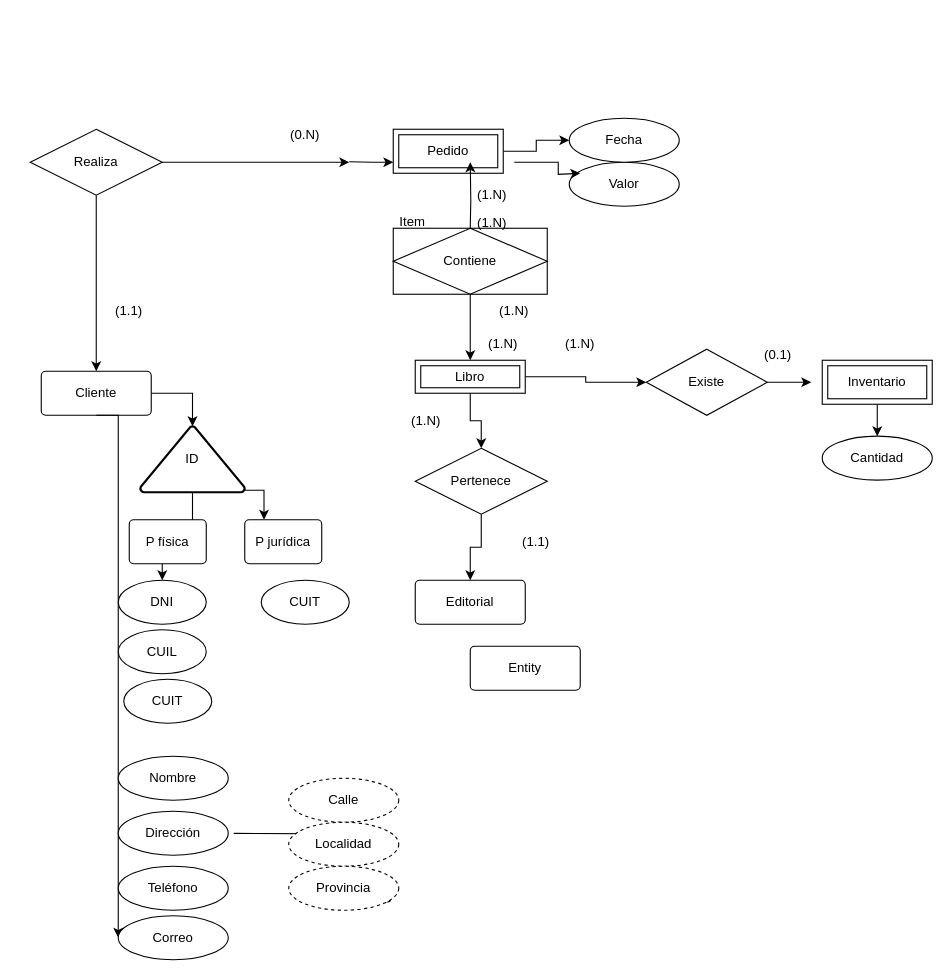
This is db/modelo.drawio from Sergio-Tolaba/ds_ej, a draw.io file, before an edit. Source tidied: cells renumbered, new cells numbered last; positions are measured from the earlier drawing's top-left corner, leaving out a move shared by most shapes. Both pictures are drawn from the tidied source at 110%, with x=0, y=0 at pixel (30, 118).
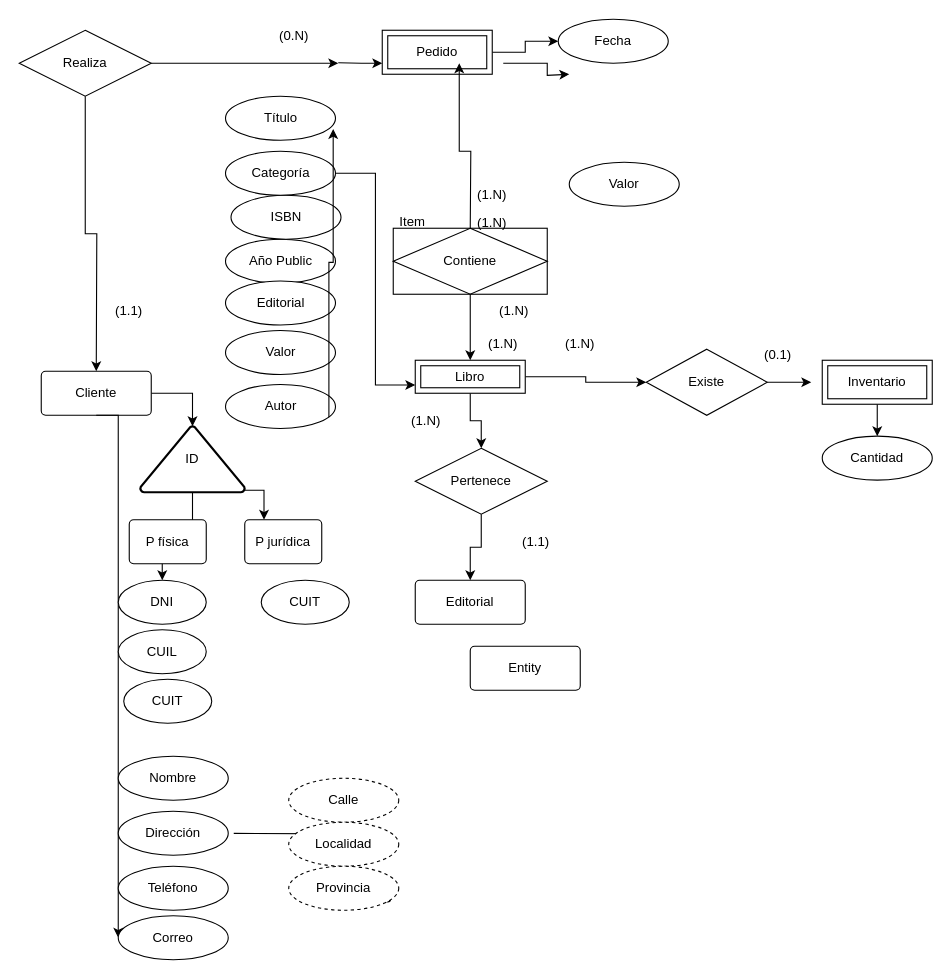
Above is the later version.

Unchanged cells that the change refers to:
```xml
<mxCell id="9" value="Libro" style="shape=ext;margin=3;double=1;whiteSpace=wrap;html=1;align=center;" parent="1" vertex="1">
  <mxGeometry x="350" y="220" width="100" height="30" as="geometry" />
</mxCell>
```

What changed in the source:
```diff
@@
     <mxCell id="6" value="Pedido" style="shape=ext;margin=3;double=1;whiteSpace=wrap;html=1;align=center;" parent="1" vertex="1">
-      <mxGeometry x="330" y="10" width="100" height="40" as="geometry" />
+      <mxGeometry x="320" y="-80" width="100" height="40" as="geometry" />
     </mxCell>
@@
     <mxCell id="12" style="edgeStyle=orthogonalEdgeStyle;rounded=0;orthogonalLoop=1;jettySize=auto;html=1;" parent="1" edge="1">
       <mxGeometry relative="1" as="geometry">
-        <mxPoint x="290" y="39.5" as="sourcePoint" />
-        <mxPoint x="330" y="40" as="targetPoint" />
+        <mxPoint x="280" y="-50.5" as="sourcePoint" />
+        <mxPoint x="320" y="-50" as="targetPoint" />
       </mxGeometry>
     </mxCell>
     <mxCell id="13" style="edgeStyle=orthogonalEdgeStyle;rounded=0;jettySize=auto;html=1;" parent="1" edge="1" source="15">
       <mxGeometry relative="1" as="geometry">
-        <mxPoint x="290" y="40" as="targetPoint" />
+        <mxPoint x="280" y="-50" as="targetPoint" />
       </mxGeometry>
     </mxCell>
@@
     <mxCell id="15" value="Realiza" style="shape=rhombus;perimeter=rhombusPerimeter;whiteSpace=wrap;html=1;align=center;" parent="1" vertex="1">
-      <mxGeometry y="10" width="120" height="60" as="geometry" />
+      <mxGeometry x="-10" y="-80" width="120" height="60" as="geometry" />
     </mxCell>
@@
     <mxCell id="17" value="(0.N)" style="text;html=1;align=center;verticalAlign=middle;whiteSpace=wrap;rounded=0;" parent="1" vertex="1">
-      <mxGeometry x="220" width="60" height="30" as="geometry" />
+      <mxGeometry x="210" y="-90" width="60" height="30" as="geometry" />
     </mxCell>
@@
     <mxCell id="57" value="Fecha" style="ellipse;whiteSpace=wrap;html=1;align=center;" parent="1" vertex="1">
-      <mxGeometry x="490" width="100" height="40" as="geometry" />
+      <mxGeometry x="480" y="-90" width="100" height="40" as="geometry" />
     </mxCell>
     <mxCell id="58" style="edgeStyle=orthogonalEdgeStyle;rounded=0;orthogonalLoop=1;jettySize=auto;html=1;" parent="1" edge="1">
       <mxGeometry relative="1" as="geometry">
-        <mxPoint x="440" y="40" as="sourcePoint" />
-        <mxPoint x="500" y="50" as="targetPoint" />
+        <mxPoint x="430" y="-50" as="sourcePoint" />
+        <mxPoint x="490" y="-40" as="targetPoint" />
         <Array as="points">
-          <mxPoint x="480" y="40" />
-          <mxPoint x="480" y="51" />
-          <mxPoint x="500" y="51" />
+          <mxPoint x="470" y="-50" />
+          <mxPoint x="470" y="-39" />
+          <mxPoint x="490" y="-39" />
         </Array>
       </mxGeometry>
     </mxCell>
+    <mxCell id="59" value="Año Public" style="ellipse;whiteSpace=wrap;html=1;align=center;" parent="1" vertex="1">
+      <mxGeometry x="177.5" y="110" width="100" height="40" as="geometry" />
+    </mxCell>
+    <mxCell id="60" value="Editorial" style="ellipse;whiteSpace=wrap;html=1;align=center;" parent="1" vertex="1">
+      <mxGeometry x="177.5" y="148" width="100" height="40" as="geometry" />
+    </mxCell>
+    <mxCell id="61" value="Valor" style="ellipse;whiteSpace=wrap;html=1;align=center;" parent="1" vertex="1">
+      <mxGeometry x="177.5" y="193" width="100" height="40" as="geometry" />
+    </mxCell>
+    <mxCell id="62" value="Autor" style="ellipse;whiteSpace=wrap;html=1;align=center;" parent="1" vertex="1">
+      <mxGeometry x="177.5" y="242" width="100" height="40" as="geometry" />
+    </mxCell>
+    <mxCell id="63" value="ISBN" style="ellipse;whiteSpace=wrap;html=1;align=center;" parent="1" vertex="1">
+      <mxGeometry x="182.5" y="70" width="100" height="40" as="geometry" />
+    </mxCell>
+    <mxCell id="64" style="edgeStyle=orthogonalEdgeStyle;rounded=0;jettySize=auto;html=1;entryX=0;entryY=0.75;entryDx=0;entryDy=0;" parent="1" edge="1" source="65" target="9">
+      <mxGeometry relative="1" as="geometry" />
+    </mxCell>
+    <mxCell id="65" value="Categoría" style="ellipse;whiteSpace=wrap;html=1;align=center;" parent="1" vertex="1">
+      <mxGeometry x="177.5" y="30" width="100" height="40" as="geometry" />
+    </mxCell>
+    <mxCell id="66" value="Título" style="ellipse;whiteSpace=wrap;html=1;align=center;" parent="1" vertex="1">
+      <mxGeometry x="177.5" y="-20" width="100" height="40" as="geometry" />
+    </mxCell>
+    <mxCell id="67" style="edgeStyle=orthogonalEdgeStyle;rounded=0;jettySize=auto;html=1;entryX=0.979;entryY=0.744;entryDx=0;entryDy=0;entryPerimeter=0;exitX=0.94;exitY=0.742;exitDx=0;exitDy=0;exitPerimeter=0;" parent="1" edge="1" source="62" target="66">
+      <mxGeometry relative="1" as="geometry" />
+    </mxCell>
```
